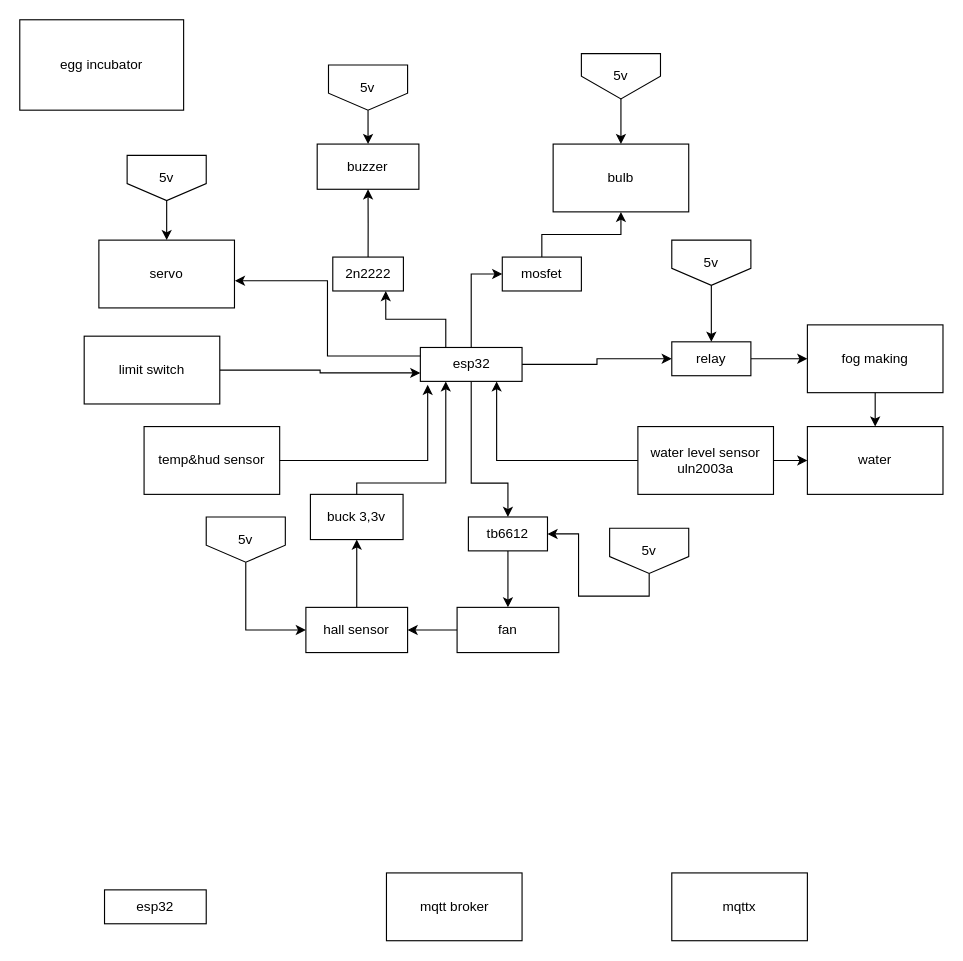
Before: Untitled Diagram.drawio in lqhoang231-creator/egg-incubator, a draw.io diagram. Source tidied: cells renumbered, new cells numbered last; positions are measured from the earlier drawing's top-left corner, leaving out a move shared by most shapes. Both pictures are drawn from the tidied source at 113%, with x=0, y=0 at pixel (19, 19).
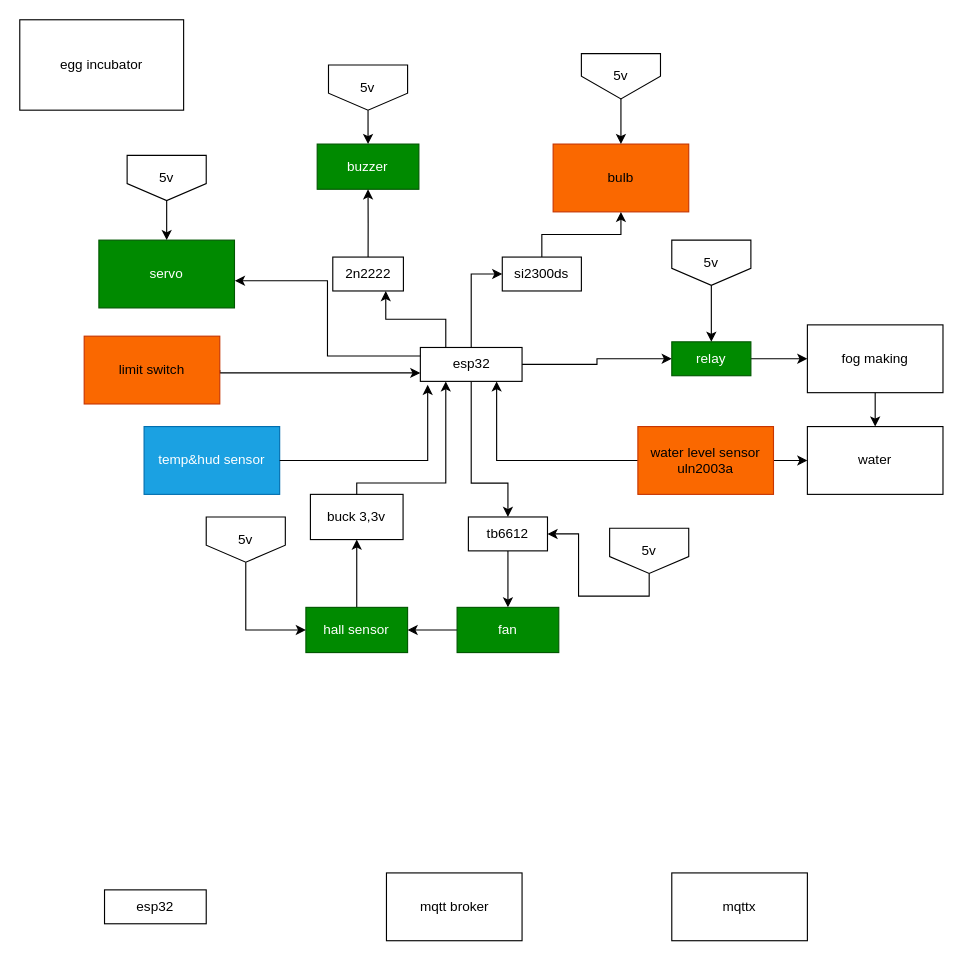
The same diagram, later.

The change refers to these unchanged cells:
```xml
<mxCell id="6" value="esp32" style="rounded=0;whiteSpace=wrap;html=1;" parent="1" vertex="1">
  <mxGeometry x="354.5" y="290" width="90" height="30" as="geometry" />
</mxCell>
<mxCell id="29" value="2n2222" style="rounded=0;whiteSpace=wrap;html=1;" parent="1" vertex="1">
  <mxGeometry x="277" y="210" width="62.5" height="30" as="geometry" />
</mxCell>
```

The edit, as a diff of the source:
```diff
@@
     <mxCell id="2" style="edgeStyle=orthogonalEdgeStyle;rounded=0;jettySize=auto;html=1;exitX=0.25;exitY=0;exitDx=0;exitDy=0;entryX=0.75;entryY=1;entryDx=0;entryDy=0;" parent="1" edge="1" source="6" target="29">
-      <mxGeometry relative="1" as="geometry" />
+      <mxGeometry relative="1" as="geometry">
+        <Array as="points">
+          <mxPoint x="377" y="265" />
+          <mxPoint x="323.9" y="265" />
+        </Array>
+      </mxGeometry>
     </mxCell>
@@
-    <mxCell id="7" value="temp&amp;amp;hud sensor" style="rounded=0;whiteSpace=wrap;html=1;" parent="1" vertex="1">
+    <mxCell id="7" value="temp&amp;amp;hud sensor" style="rounded=0;whiteSpace=wrap;html=1;fillColor=#1ba1e2;fontColor=#ffffff;strokeColor=#006EAF;" parent="1" vertex="1">
       <mxGeometry x="110" y="360" width="120" height="60" as="geometry" />
     </mxCell>
-    <mxCell id="8" value="servo" style="rounded=0;whiteSpace=wrap;html=1;" parent="1" vertex="1">
+    <mxCell id="8" value="servo" style="rounded=0;whiteSpace=wrap;html=1;fillColor=#008a00;fontColor=#ffffff;strokeColor=#005700;" parent="1" vertex="1">
       <mxGeometry x="70" y="195" width="120" height="60" as="geometry" />
     </mxCell>
     <mxCell id="9" style="edgeStyle=orthogonalEdgeStyle;rounded=0;jettySize=auto;html=1;exitX=1;exitY=0.5;exitDx=0;exitDy=0;entryX=0;entryY=0.75;entryDx=0;entryDy=0;" parent="1" edge="1" source="10" target="6">
-      <mxGeometry relative="1" as="geometry" />
+      <mxGeometry relative="1" as="geometry">
+        <Array as="points">
+          <mxPoint x="176.9" y="312.5" />
+        </Array>
+      </mxGeometry>
     </mxCell>
-    <mxCell id="10" value="limit switch" style="rounded=0;whiteSpace=wrap;html=1;" parent="1" vertex="1">
+    <mxCell id="10" value="limit switch" style="rounded=0;whiteSpace=wrap;html=1;fillColor=#fa6800;fontColor=#000000;strokeColor=#C73500;" parent="1" vertex="1">
       <mxGeometry x="57" y="280" width="120" height="60" as="geometry" />
     </mxCell>
@@
-    <mxCell id="13" value="bulb" style="rounded=0;whiteSpace=wrap;html=1;" parent="1" vertex="1">
+    <mxCell id="13" value="bulb" style="rounded=0;whiteSpace=wrap;html=1;fillColor=#fa6800;fontColor=#000000;strokeColor=#C73500;" parent="1" vertex="1">
       <mxGeometry x="472" y="110" width="120" height="60" as="geometry" />
     </mxCell>
@@
-    <mxCell id="15" value="fan" style="rounded=0;whiteSpace=wrap;html=1;" parent="1" vertex="1">
+    <mxCell id="15" value="fan" style="rounded=0;whiteSpace=wrap;html=1;fillColor=#008a00;fontColor=#ffffff;strokeColor=#005700;" parent="1" vertex="1">
       <mxGeometry x="387" y="520" width="90" height="40" as="geometry" />
     </mxCell>
@@
-    <mxCell id="18" value="water level sensor&lt;div&gt;uln2003a&lt;/div&gt;" style="rounded=0;whiteSpace=wrap;html=1;" parent="1" vertex="1">
+    <mxCell id="18" value="water level sensor&lt;div&gt;uln2003a&lt;/div&gt;" style="rounded=0;whiteSpace=wrap;html=1;fillColor=#fa6800;fontColor=#000000;strokeColor=#C73500;" parent="1" vertex="1">
       <mxGeometry x="547" y="360" width="120" height="60" as="geometry" />
     </mxCell>
@@
-    <mxCell id="21" value="hall sensor" style="rounded=0;whiteSpace=wrap;html=1;" parent="1" vertex="1">
+    <mxCell id="21" value="hall sensor" style="rounded=0;whiteSpace=wrap;html=1;fillColor=#008a00;fontColor=#ffffff;strokeColor=#005700;" parent="1" vertex="1">
       <mxGeometry x="253.2" y="520" width="90" height="40" as="geometry" />
     </mxCell>
@@
-    <mxCell id="24" value="mosfet" style="rounded=0;whiteSpace=wrap;html=1;" parent="1" vertex="1">
+    <mxCell id="24" value="si2300ds" style="rounded=0;whiteSpace=wrap;html=1;" parent="1" vertex="1">
       <mxGeometry x="427" y="210" width="70" height="30" as="geometry" />
     </mxCell>
@@
-    <mxCell id="27" value="buzzer" style="rounded=0;whiteSpace=wrap;html=1;" parent="1" vertex="1">
+    <mxCell id="27" value="buzzer" style="rounded=0;whiteSpace=wrap;html=1;fillColor=#008a00;fontColor=#ffffff;strokeColor=#005700;" parent="1" vertex="1">
       <mxGeometry x="263.2" y="110" width="90" height="40" as="geometry" />
     </mxCell>
@@
-    <mxCell id="31" value="relay" style="rounded=0;whiteSpace=wrap;html=1;" parent="1" vertex="1">
+    <mxCell id="31" value="relay" style="rounded=0;whiteSpace=wrap;html=1;fillColor=#008a00;fontColor=#ffffff;strokeColor=#005700;" parent="1" vertex="1">
       <mxGeometry x="577" y="285" width="70" height="30" as="geometry" />
     </mxCell>
```
